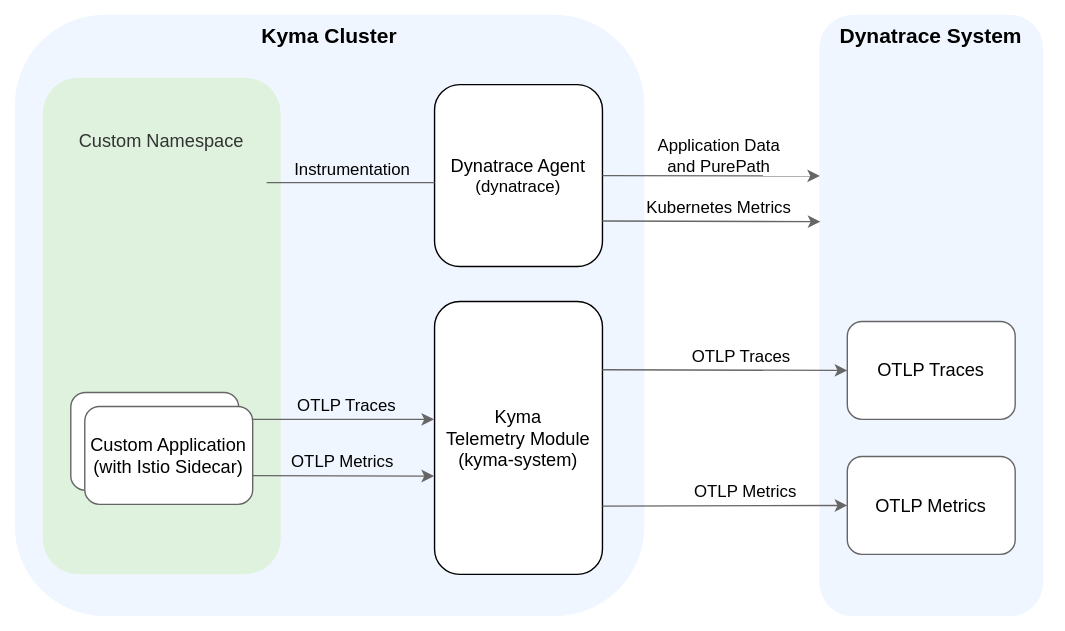
Before: docs/user/integration/assets/dynatrace.drawio.svg, a diagram exported from draw.io (kyma-project/telemetry-manager). Source tidied: cells renumbered, new cells last; positions are measured from the earlier drawing's top-left corner, leaving out a move shared by most shapes. Source of this version:
```xml
<mxGraphModel background="#FFFFFF">
  <root>
    <mxCell id="0" />
    <mxCell id="1" parent="0" />
    <mxCell id="2" style="rounded=0;whiteSpace=wrap;html=1;strokeColor=none;" parent="1" vertex="1">
      <mxGeometry width="760" height="450" as="geometry" />
    </mxCell>
    <mxCell id="3" value="&lt;b&gt;&lt;font style=&quot;font-size: 15px;&quot;&gt;Kyma Cluster&lt;br&gt;&lt;/font&gt;&lt;/b&gt;" style="rounded=1;whiteSpace=wrap;html=1;fillColor=#F0F6FF;strokeColor=none;verticalAlign=top;" parent="1" vertex="1">
      <mxGeometry x="10" y="10" width="450" height="430" as="geometry" />
    </mxCell>
    <mxCell id="4" value="&lt;font style=&quot;font-size: 13px;&quot;&gt;Custom Namespace&lt;br&gt;&lt;br&gt;&lt;br&gt;&lt;br&gt;&lt;br&gt;&lt;br&gt;&lt;br&gt;&lt;br&gt;&lt;br&gt;&lt;br&gt;&lt;br&gt;&lt;br&gt;&lt;br&gt;&lt;br&gt;&lt;br&gt;&lt;br&gt;&lt;br&gt;&lt;br&gt;&lt;/font&gt;" style="rounded=1;whiteSpace=wrap;html=1;fillColor=#DEF2DD;fontColor=#333333;strokeColor=none;" parent="1" vertex="1">
      <mxGeometry x="30" y="55" width="170" height="355" as="geometry" />
    </mxCell>
    <mxCell id="5" value="&lt;font style=&quot;font-size: 13px;&quot;&gt;Kyma &lt;br&gt;Telemetry Module&lt;br style=&quot;border-color: var(--border-color);&quot;&gt;(kyma-system)&lt;/font&gt;" style="rounded=1;whiteSpace=wrap;html=1;fillColor=#FFFFFF;strokeColor=default;" parent="1" vertex="1">
      <mxGeometry x="310" y="215" width="120" height="195" as="geometry" />
    </mxCell>
    <mxCell id="6" value="&lt;font style=&quot;font-size: 15px;&quot;&gt;&lt;b&gt;Dynatrace System&lt;br&gt;&lt;/b&gt;&lt;/font&gt;" style="rounded=1;whiteSpace=wrap;html=1;fillColor=#F0F6FF;strokeColor=none;verticalAlign=top;" parent="1" vertex="1">
      <mxGeometry x="585" y="10" width="160" height="430" as="geometry" />
    </mxCell>
    <mxCell id="7" style="edgeStyle=none;rounded=1;jettySize=auto;html=1;exitX=1;exitY=0.25;exitDx=0;exitDy=0;entryX=0;entryY=0.5;entryDx=0;entryDy=0;strokeColor=#666666;" parent="1" edge="1" source="5" target="8">
      <mxGeometry relative="1" as="geometry" />
    </mxCell>
    <mxCell id="8" value="OTLP Traces" style="rounded=1;whiteSpace=wrap;html=1;fontSize=13;fontStyle=0;strokeColor=#666666;" parent="1" vertex="1">
      <mxGeometry x="605" y="229.2" width="120" height="70" as="geometry" />
    </mxCell>
    <mxCell id="9" value="OTLP Metrics" style="rounded=1;whiteSpace=wrap;html=1;fontSize=13;fontStyle=0;strokeColor=#666666;" parent="1" vertex="1">
      <mxGeometry x="605" y="325.8" width="120" height="70" as="geometry" />
    </mxCell>
    <mxCell id="10" style="edgeStyle=none;rounded=1;jettySize=auto;html=1;exitX=0.985;exitY=0.275;exitDx=0;exitDy=0;entryX=-0.003;entryY=0.432;entryDx=0;entryDy=0;strokeColor=#666666;entryPerimeter=0;exitPerimeter=0;" parent="1" edge="1" source="14" target="5">
      <mxGeometry relative="1" as="geometry" />
    </mxCell>
    <mxCell id="11" value="OTLP Traces" style="edgeLabel;html=1;align=center;verticalAlign=middle;labelBackgroundColor=none;fontStyle=0;fontSize=12;" parent="10" vertex="1">
      <mxGeometry x="-0.29" y="2" relative="1" as="geometry">
        <mxPoint x="28" y="-8" as="offset" />
      </mxGeometry>
    </mxCell>
    <mxCell id="12" style="edgeStyle=none;rounded=1;jettySize=auto;html=1;exitX=1.004;exitY=0.849;exitDx=0;exitDy=0;strokeColor=#666666;exitPerimeter=0;entryX=-0.003;entryY=0.64;entryDx=0;entryDy=0;entryPerimeter=0;" parent="1" edge="1" source="14" target="5">
      <mxGeometry relative="1" as="geometry" />
    </mxCell>
    <mxCell id="13" value="OTLP Metrics" style="edgeLabel;html=1;align=center;verticalAlign=middle;fontSize=12;fontStyle=0;labelBackgroundColor=none;" parent="12" vertex="1">
      <mxGeometry x="-0.1" y="2" relative="1" as="geometry">
        <mxPoint x="10" y="-8" as="offset" />
      </mxGeometry>
    </mxCell>
    <mxCell id="14" style="rounded=1;whiteSpace=wrap;html=1;fontSize=13;fontStyle=0;strokeColor=#666666;" parent="1" vertex="1">
      <mxGeometry x="50" y="280" width="120" height="70" as="geometry" />
    </mxCell>
    <mxCell id="15" value="&lt;span style=&quot;font-size: 13px;&quot;&gt;Dynatrace Agent&lt;br&gt;&lt;/span&gt;(dynatrace)" style="rounded=1;whiteSpace=wrap;html=1;fillColor=#FFFFFF;strokeColor=default;" parent="1" vertex="1">
      <mxGeometry x="310" y="60" width="120" height="130" as="geometry" />
    </mxCell>
    <mxCell id="16" value="&lt;font style=&quot;font-size: 12px;&quot;&gt;OTLP Traces&lt;/font&gt;" style="edgeLabel;html=1;align=center;verticalAlign=middle;fontStyle=0;labelBackgroundColor=none;fontSize=12;" parent="1" vertex="1">
      <mxGeometry x="527.9" y="257" as="geometry">
        <mxPoint x="1" y="-3" as="offset" />
      </mxGeometry>
    </mxCell>
    <mxCell id="17" value="&lt;font style=&quot;font-size: 12px;&quot;&gt;OTLP Metrics&lt;/font&gt;" style="edgeLabel;html=1;align=center;verticalAlign=middle;fontStyle=0;labelBackgroundColor=none;fontSize=12;" parent="1" vertex="1">
      <mxGeometry x="529.9" y="350" as="geometry">
        <mxPoint x="2" as="offset" />
      </mxGeometry>
    </mxCell>
    <mxCell id="18" style="edgeStyle=none;rounded=1;jettySize=auto;html=1;exitX=1;exitY=0.75;exitDx=0;exitDy=0;entryX=0;entryY=0.5;entryDx=0;entryDy=0;strokeColor=#666666;" parent="1" edge="1" source="5" target="9">
      <mxGeometry relative="1" as="geometry" />
    </mxCell>
    <mxCell id="19" style="edgeStyle=orthogonalEdgeStyle;rounded=0;orthogonalLoop=1;jettySize=auto;html=1;exitX=0.5;exitY=1;exitDx=0;exitDy=0;" parent="1" edge="1" source="5" target="5">
      <mxGeometry relative="1" as="geometry" />
    </mxCell>
    <mxCell id="20" style="rounded=1;jettySize=auto;html=1;exitX=1;exitY=0.5;exitDx=0;exitDy=0;strokeColor=#666666;entryX=0.003;entryY=0.268;entryDx=0;entryDy=0;entryPerimeter=0;" parent="1" edge="1" source="15" target="6">
      <mxGeometry relative="1" as="geometry" />
    </mxCell>
    <mxCell id="21" value="Application Data&lt;br&gt;and PurePath" style="edgeLabel;html=1;align=center;verticalAlign=middle;fontStyle=0;labelBackgroundColor=none;fontSize=12;" parent="20" vertex="1">
      <mxGeometry x="0.22" y="2" relative="1" as="geometry">
        <mxPoint x="-13" y="-13" as="offset" />
      </mxGeometry>
    </mxCell>
    <mxCell id="22" style="rounded=1;jettySize=auto;html=1;exitX=1;exitY=0.75;exitDx=0;exitDy=0;strokeColor=#666666;entryX=0.005;entryY=0.344;entryDx=0;entryDy=0;entryPerimeter=0;" parent="1" edge="1" source="15" target="6">
      <mxGeometry relative="1" as="geometry" />
    </mxCell>
    <mxCell id="23" value="Kubernetes Metrics" style="edgeLabel;html=1;align=center;verticalAlign=middle;fontStyle=0;labelBackgroundColor=none;fontSize=12;" parent="22" vertex="1">
      <mxGeometry x="0.22" y="2" relative="1" as="geometry">
        <mxPoint x="-13" y="-8" as="offset" />
      </mxGeometry>
    </mxCell>
    <mxCell id="24" style="edgeStyle=none;rounded=1;orthogonalLoop=1;jettySize=auto;html=1;exitX=0.985;exitY=0.275;exitDx=0;exitDy=0;strokeColor=#666666;exitPerimeter=0;endArrow=none;endFill=0;" parent="1" edge="1">
      <mxGeometry relative="1" as="geometry">
        <mxPoint x="190" y="130" as="sourcePoint" />
        <mxPoint x="310" y="130" as="targetPoint" />
      </mxGeometry>
    </mxCell>
    <mxCell id="25" value="Instrumentation" style="edgeLabel;html=1;align=center;verticalAlign=middle;labelBackgroundColor=none;fontStyle=0;fontSize=12;" parent="24" vertex="1">
      <mxGeometry x="-0.29" y="2" relative="1" as="geometry">
        <mxPoint x="18" y="-8" as="offset" />
      </mxGeometry>
    </mxCell>
    <mxCell id="26" value="Custom Application&lt;br&gt;(with Istio Sidecar)" style="rounded=1;whiteSpace=wrap;html=1;fontSize=13;fontStyle=0;strokeColor=#666666;" parent="1" vertex="1">
      <mxGeometry x="60" y="290" width="120" height="70" as="geometry" />
    </mxCell>
  </root>
</mxGraphModel>
```
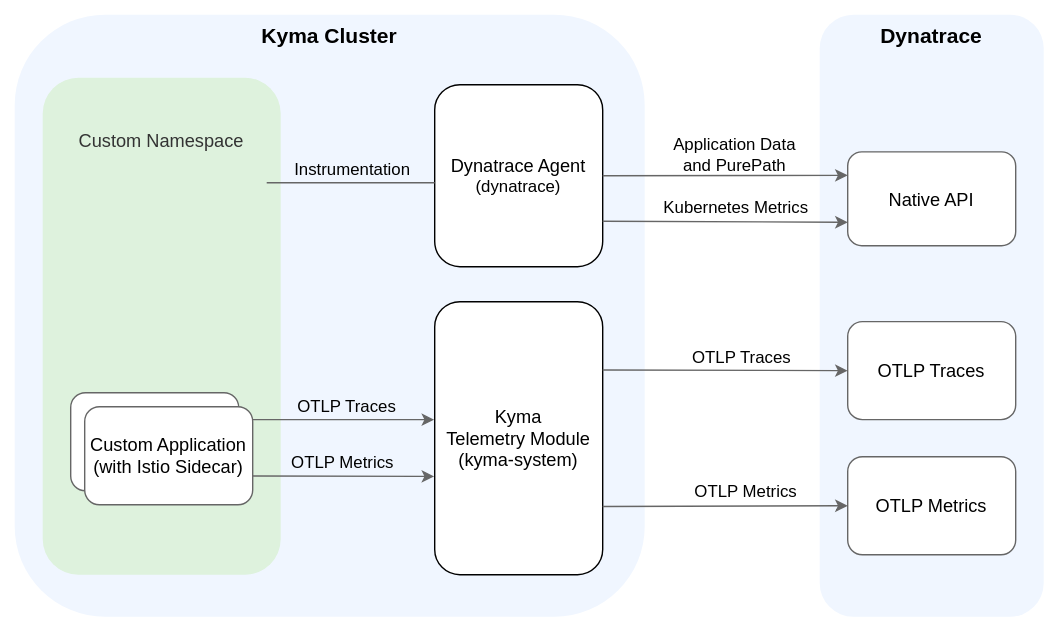
After the change.

The edit, as a diff of the source:
```diff
@@ -14,7 +14,7 @@
     <mxCell id="5" value="&lt;font style=&quot;font-size: 13px;&quot;&gt;Kyma &lt;br&gt;Telemetry Module&lt;br style=&quot;border-color: var(--border-color);&quot;&gt;(kyma-system)&lt;/font&gt;" style="rounded=1;whiteSpace=wrap;html=1;fillColor=#FFFFFF;strokeColor=default;" parent="1" vertex="1">
       <mxGeometry x="310" y="215" width="120" height="195" as="geometry" />
     </mxCell>
-    <mxCell id="6" value="&lt;font style=&quot;font-size: 15px;&quot;&gt;&lt;b&gt;Dynatrace System&lt;br&gt;&lt;/b&gt;&lt;/font&gt;" style="rounded=1;whiteSpace=wrap;html=1;fillColor=#F0F6FF;strokeColor=none;verticalAlign=top;" parent="1" vertex="1">
+    <mxCell id="6" value="&lt;font style=&quot;font-size: 15px;&quot;&gt;&lt;b&gt;Dynatrace&lt;br&gt;&lt;/b&gt;&lt;/font&gt;" style="rounded=1;whiteSpace=wrap;html=1;fillColor=#F0F6FF;strokeColor=none;verticalAlign=top;" parent="1" vertex="1">
       <mxGeometry x="585" y="10" width="160" height="430" as="geometry" />
     </mxCell>
     <mxCell id="7" style="edgeStyle=none;rounded=1;jettySize=auto;html=1;exitX=1;exitY=0.25;exitDx=0;exitDy=0;entryX=0;entryY=0.5;entryDx=0;entryDy=0;strokeColor=#666666;" parent="1" edge="1" source="5" target="8">
@@ -64,7 +64,7 @@
     <mxCell id="19" style="edgeStyle=orthogonalEdgeStyle;rounded=0;orthogonalLoop=1;jettySize=auto;html=1;exitX=0.5;exitY=1;exitDx=0;exitDy=0;" parent="1" edge="1" source="5" target="5">
       <mxGeometry relative="1" as="geometry" />
     </mxCell>
-    <mxCell id="20" style="rounded=1;jettySize=auto;html=1;exitX=1;exitY=0.5;exitDx=0;exitDy=0;strokeColor=#666666;entryX=0.003;entryY=0.268;entryDx=0;entryDy=0;entryPerimeter=0;" parent="1" edge="1" source="15" target="6">
+    <mxCell id="20" style="rounded=1;jettySize=auto;html=1;exitX=1;exitY=0.5;exitDx=0;exitDy=0;strokeColor=#666666;entryX=0;entryY=0.25;entryDx=0;entryDy=0;" parent="1" edge="1" source="15" target="27">
       <mxGeometry relative="1" as="geometry" />
     </mxCell>
     <mxCell id="21" value="Application Data&lt;br&gt;and PurePath" style="edgeLabel;html=1;align=center;verticalAlign=middle;fontStyle=0;labelBackgroundColor=none;fontSize=12;" parent="20" vertex="1">
@@ -72,7 +72,7 @@
         <mxPoint x="-13" y="-13" as="offset" />
       </mxGeometry>
     </mxCell>
-    <mxCell id="22" style="rounded=1;jettySize=auto;html=1;exitX=1;exitY=0.75;exitDx=0;exitDy=0;strokeColor=#666666;entryX=0.005;entryY=0.344;entryDx=0;entryDy=0;entryPerimeter=0;" parent="1" edge="1" source="15" target="6">
+    <mxCell id="22" style="rounded=1;jettySize=auto;html=1;exitX=1;exitY=0.75;exitDx=0;exitDy=0;strokeColor=#666666;entryX=0;entryY=0.75;entryDx=0;entryDy=0;" parent="1" edge="1" source="15" target="27">
       <mxGeometry relative="1" as="geometry" />
     </mxCell>
     <mxCell id="23" value="Kubernetes Metrics" style="edgeLabel;html=1;align=center;verticalAlign=middle;fontStyle=0;labelBackgroundColor=none;fontSize=12;" parent="22" vertex="1">
@@ -94,5 +94,8 @@
     <mxCell id="26" value="Custom Application&lt;br&gt;(with Istio Sidecar)" style="rounded=1;whiteSpace=wrap;html=1;fontSize=13;fontStyle=0;strokeColor=#666666;" parent="1" vertex="1">
       <mxGeometry x="60" y="290" width="120" height="70" as="geometry" />
     </mxCell>
+    <mxCell id="27" value="Native API" style="rounded=1;whiteSpace=wrap;html=1;fontSize=13;fontStyle=0;strokeColor=#666666;" parent="1" vertex="1">
+      <mxGeometry x="605" y="108" width="120" height="67" as="geometry" />
+    </mxCell>
   </root>
 </mxGraphModel>
```
